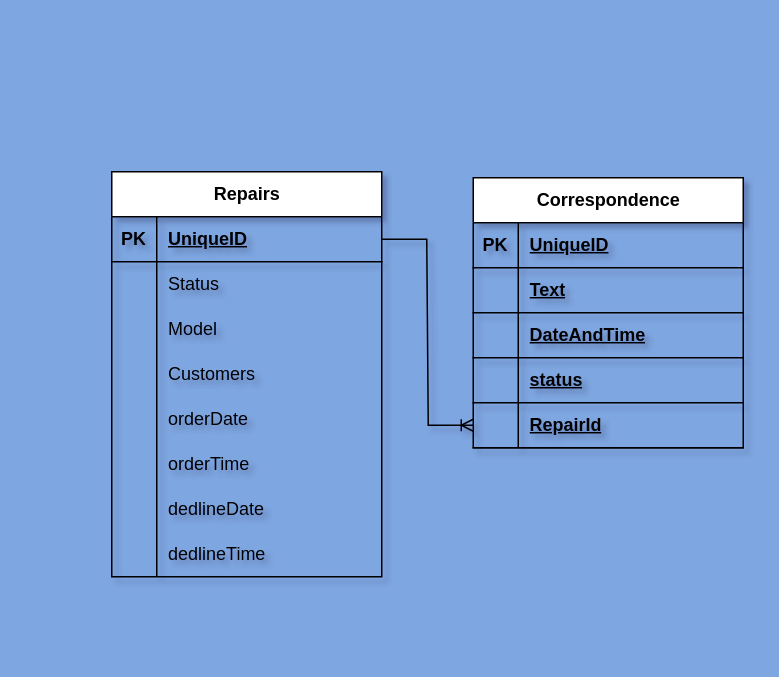
Before: diagrams/DB.drawio in SergZels/mobilesRepair, a draw.io diagram. Source tidied: cells renumbered, new cells numbered last; positions are measured from the earlier drawing's top-left corner, leaving out a move shared by most shapes. Both pictures are drawn from the tidied source at 150%, with x=0, y=0 at pixel (111, 171).
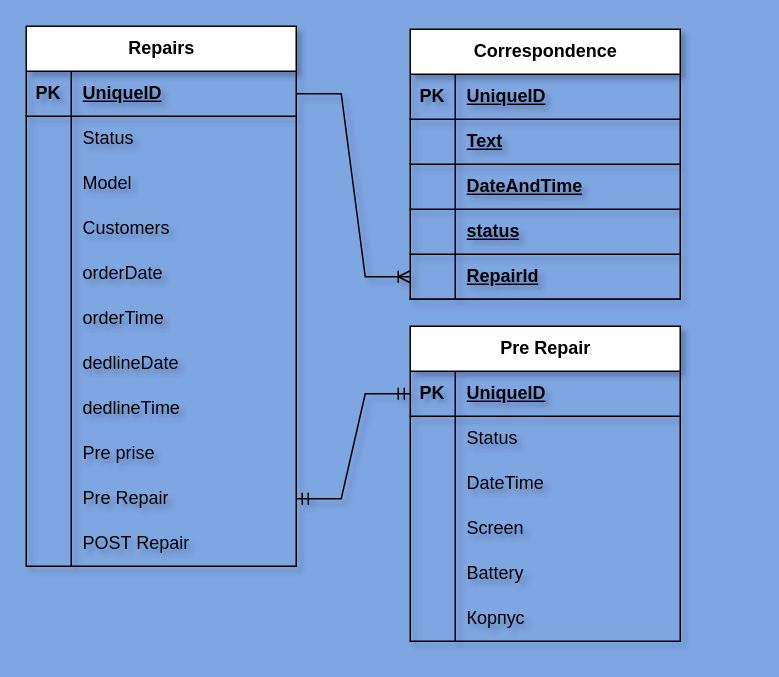
After the change.

Diff of the diagram source:
```diff
@@
     <mxCell id="2" value="Repairs" style="shape=table;startSize=30;childLayout=tableLayout;rowLines=0;fontStyle=1;align=center;html=1;" parent="1" vertex="1">
-      <mxGeometry width="180" height="270" as="geometry" />
+      <mxGeometry x="-57" y="-97" width="180" height="360" as="geometry" />
     </mxCell>
@@
+    <mxCell id="44" style="shape=tableRow;horizontal=0;startSize=0;swimlaneHead=0;swimlaneBody=0;fillColor=none;top=0;left=0;right=0;bottom=0;" parent="2" vertex="1">
+      <mxGeometry y="270" width="180" height="30" as="geometry" />
+    </mxCell>
+    <mxCell id="45" style="shape=partialRectangle;fillColor=none;top=0;left=0;bottom=0;right=0;overflow=hidden;whiteSpace=wrap;html=1;" parent="44" vertex="1">
+      <mxGeometry width="30" height="30" as="geometry" />
+    </mxCell>
+    <mxCell id="46" value="Pre prise" style="shape=partialRectangle;fillColor=none;top=0;left=0;bottom=0;right=0;align=left;spacingLeft=6;overflow=hidden;whiteSpace=wrap;html=1;" parent="44" vertex="1">
+      <mxGeometry x="30" width="150" height="30" as="geometry" />
+    </mxCell>
+    <mxCell id="47" style="shape=tableRow;horizontal=0;startSize=0;swimlaneHead=0;swimlaneBody=0;fillColor=none;points=[[0,0.5],[1,0.5]];portConstraint=eastwest;top=0;left=0;right=0;bottom=0;" parent="2" vertex="1">
+      <mxGeometry y="300" width="180" height="30" as="geometry" />
+    </mxCell>
+    <mxCell id="48" style="shape=partialRectangle;fillColor=none;top=0;left=0;bottom=0;right=0;overflow=hidden;whiteSpace=wrap;html=1;" parent="47" vertex="1">
+      <mxGeometry width="30" height="30" as="geometry" />
+    </mxCell>
+    <mxCell id="49" value="Pre Repair" style="shape=partialRectangle;fillColor=none;top=0;left=0;bottom=0;right=0;align=left;spacingLeft=6;overflow=hidden;whiteSpace=wrap;html=1;" parent="47" vertex="1">
+      <mxGeometry x="30" width="150" height="30" as="geometry" />
+    </mxCell>
+    <mxCell id="50" style="shape=tableRow;horizontal=0;startSize=0;swimlaneHead=0;swimlaneBody=0;fillColor=none;top=0;left=0;right=0;bottom=0;" parent="2" vertex="1">
+      <mxGeometry y="330" width="180" height="30" as="geometry" />
+    </mxCell>
+    <mxCell id="51" style="shape=partialRectangle;fillColor=none;top=0;left=0;bottom=0;right=0;overflow=hidden;whiteSpace=wrap;html=1;" parent="50" vertex="1">
+      <mxGeometry width="30" height="30" as="geometry" />
+    </mxCell>
+    <mxCell id="52" value="POST Repair" style="shape=partialRectangle;fillColor=none;top=0;left=0;bottom=0;right=0;align=left;spacingLeft=6;overflow=hidden;whiteSpace=wrap;html=1;" parent="50" vertex="1">
+      <mxGeometry x="30" width="150" height="30" as="geometry" />
+    </mxCell>
     <mxCell id="27" value="Сorrespondence" style="shape=table;startSize=30;childLayout=tableLayout;rowLines=0;fontStyle=1;align=center;html=1;" parent="1" vertex="1">
-      <mxGeometry x="241" y="4" width="180" height="180" as="geometry" />
+      <mxGeometry x="199" y="-95" width="180" height="180" as="geometry" />
     </mxCell>
@@
+    <mxCell id="53" value="Pre Repair" style="shape=table;startSize=30;childLayout=tableLayout;rowLines=0;fontStyle=1;align=center;html=1;" parent="1" vertex="1">
+      <mxGeometry x="199" y="103" width="180" height="210" as="geometry" />
+    </mxCell>
+    <mxCell id="54" style="shape=tableRow;horizontal=0;startSize=0;swimlaneHead=0;swimlaneBody=0;fillColor=none;points=[[0,0.5],[1,0.5]];portConstraint=eastwest;top=0;left=0;right=0;bottom=1;" parent="53" vertex="1">
+      <mxGeometry y="30" width="180" height="30" as="geometry" />
+    </mxCell>
+    <mxCell id="55" value="PK" style="shape=partialRectangle;fillColor=none;top=0;left=0;bottom=0;right=0;fontStyle=1;overflow=hidden;whiteSpace=wrap;html=1;" parent="54" vertex="1">
+      <mxGeometry width="30" height="30" as="geometry" />
+    </mxCell>
+    <mxCell id="56" value="UniqueID" style="shape=partialRectangle;fillColor=none;top=0;left=0;bottom=0;right=0;align=left;spacingLeft=6;fontStyle=5;overflow=hidden;whiteSpace=wrap;html=1;" parent="54" vertex="1">
+      <mxGeometry x="30" width="150" height="30" as="geometry" />
+    </mxCell>
+    <mxCell id="57" style="shape=tableRow;horizontal=0;startSize=0;swimlaneHead=0;swimlaneBody=0;fillColor=none;top=0;left=0;right=0;bottom=0;" parent="53" vertex="1">
+      <mxGeometry y="60" width="180" height="30" as="geometry" />
+    </mxCell>
+    <mxCell id="58" style="shape=partialRectangle;fillColor=none;top=0;left=0;bottom=0;right=0;overflow=hidden;whiteSpace=wrap;html=1;" parent="57" vertex="1">
+      <mxGeometry width="30" height="30" as="geometry" />
+    </mxCell>
+    <mxCell id="59" value="Status" style="shape=partialRectangle;fillColor=none;top=0;left=0;bottom=0;right=0;align=left;spacingLeft=6;overflow=hidden;whiteSpace=wrap;html=1;" parent="57" vertex="1">
+      <mxGeometry x="30" width="150" height="30" as="geometry" />
+    </mxCell>
+    <mxCell id="60" style="shape=tableRow;horizontal=0;startSize=0;swimlaneHead=0;swimlaneBody=0;fillColor=none;top=0;left=0;right=0;bottom=0;" parent="53" vertex="1">
+      <mxGeometry y="90" width="180" height="30" as="geometry" />
+    </mxCell>
+    <mxCell id="61" style="shape=partialRectangle;fillColor=none;top=0;left=0;bottom=0;right=0;overflow=hidden;whiteSpace=wrap;html=1;" parent="60" vertex="1">
+      <mxGeometry width="30" height="30" as="geometry" />
+    </mxCell>
+    <mxCell id="62" value="DateTime" style="shape=partialRectangle;fillColor=none;top=0;left=0;bottom=0;right=0;align=left;spacingLeft=6;overflow=hidden;whiteSpace=wrap;html=1;" parent="60" vertex="1">
+      <mxGeometry x="30" width="150" height="30" as="geometry" />
+    </mxCell>
+    <mxCell id="63" style="shape=tableRow;horizontal=0;startSize=0;swimlaneHead=0;swimlaneBody=0;fillColor=none;top=0;left=0;right=0;bottom=0;" parent="53" vertex="1">
+      <mxGeometry y="120" width="180" height="30" as="geometry" />
+    </mxCell>
+    <mxCell id="64" style="shape=partialRectangle;fillColor=none;top=0;left=0;bottom=0;right=0;overflow=hidden;whiteSpace=wrap;html=1;" parent="63" vertex="1">
+      <mxGeometry width="30" height="30" as="geometry" />
+    </mxCell>
+    <mxCell id="65" value="Screen" style="shape=partialRectangle;fillColor=none;top=0;left=0;bottom=0;right=0;align=left;spacingLeft=6;overflow=hidden;whiteSpace=wrap;html=1;" parent="63" vertex="1">
+      <mxGeometry x="30" width="150" height="30" as="geometry" />
+    </mxCell>
+    <mxCell id="66" style="shape=tableRow;horizontal=0;startSize=0;swimlaneHead=0;swimlaneBody=0;fillColor=none;top=0;left=0;right=0;bottom=0;" parent="53" vertex="1">
+      <mxGeometry y="150" width="180" height="30" as="geometry" />
+    </mxCell>
+    <mxCell id="67" style="shape=partialRectangle;fillColor=none;top=0;left=0;bottom=0;right=0;overflow=hidden;whiteSpace=wrap;html=1;" parent="66" vertex="1">
+      <mxGeometry width="30" height="30" as="geometry" />
+    </mxCell>
+    <mxCell id="68" value="Battery" style="shape=partialRectangle;fillColor=none;top=0;left=0;bottom=0;right=0;align=left;spacingLeft=6;overflow=hidden;whiteSpace=wrap;html=1;" parent="66" vertex="1">
+      <mxGeometry x="30" width="150" height="30" as="geometry" />
+    </mxCell>
+    <mxCell id="69" style="shape=tableRow;horizontal=0;startSize=0;swimlaneHead=0;swimlaneBody=0;fillColor=none;top=0;left=0;right=0;bottom=0;" parent="53" vertex="1">
+      <mxGeometry y="180" width="180" height="30" as="geometry" />
+    </mxCell>
+    <mxCell id="70" style="shape=partialRectangle;fillColor=none;top=0;left=0;bottom=0;right=0;overflow=hidden;whiteSpace=wrap;html=1;" parent="69" vertex="1">
+      <mxGeometry width="30" height="30" as="geometry" />
+    </mxCell>
+    <mxCell id="71" value="Корпус" style="shape=partialRectangle;fillColor=none;top=0;left=0;bottom=0;right=0;align=left;spacingLeft=6;overflow=hidden;whiteSpace=wrap;html=1;" parent="69" vertex="1">
+      <mxGeometry x="30" width="150" height="30" as="geometry" />
+    </mxCell>
+    <mxCell id="72" style="edgeStyle=entityRelationEdgeStyle;fontSize=12;html=1;endArrow=ERmandOne;startArrow=ERmandOne;rounded=0;entryX=0;entryY=0.5;entryDx=0;entryDy=0;exitX=1;exitY=0.5;exitDx=0;exitDy=0;" parent="1" edge="1" source="47" target="54">
+      <mxGeometry relative="1" as="geometry" />
+    </mxCell>
```
